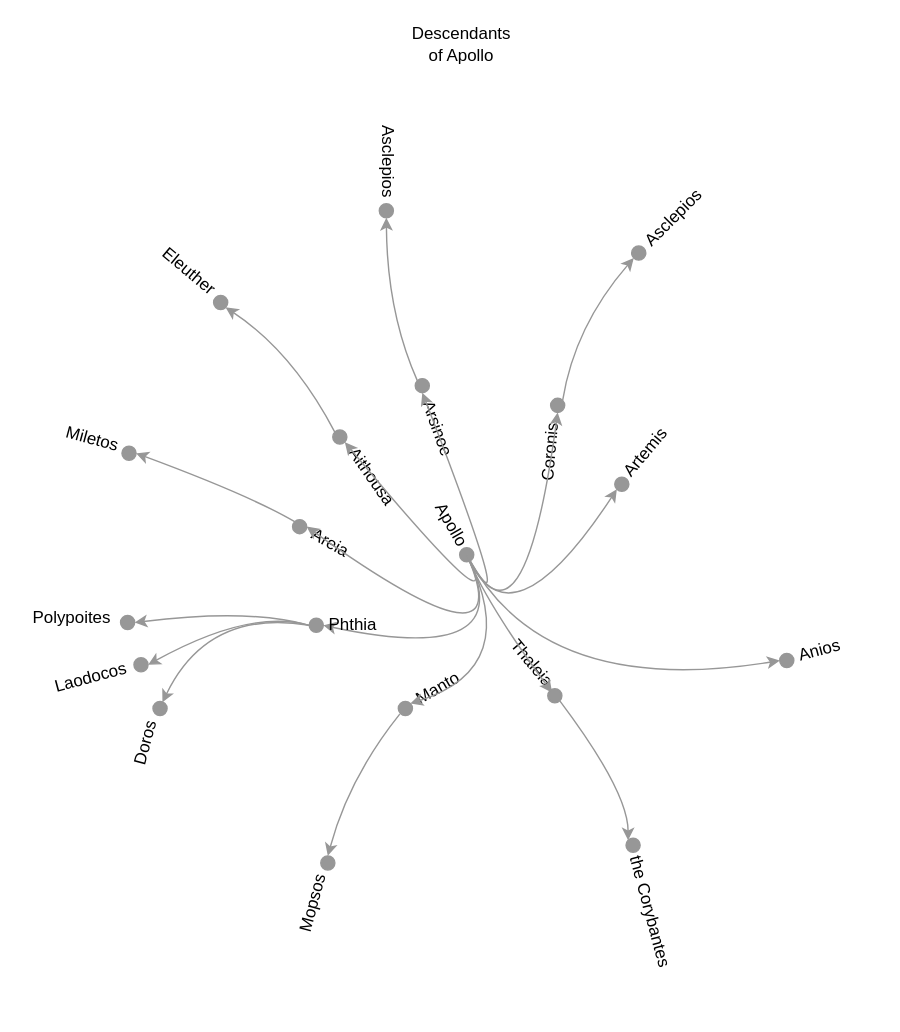
Earlier version of the draw.io diagram page "Radial tidytree" (1 of 2) of img/Tidytree and Dendrograms.drawio (yayalu/greekgraphs-prototypes). Source tidied: cells renumbered, new cells numbered last; positions are measured from the earlier drawing's top-left corner, leaving out a move shared by most shapes. Both pictures are drawn from the tidied source at 141%, with x=0, y=0 at pixel (30, 30).
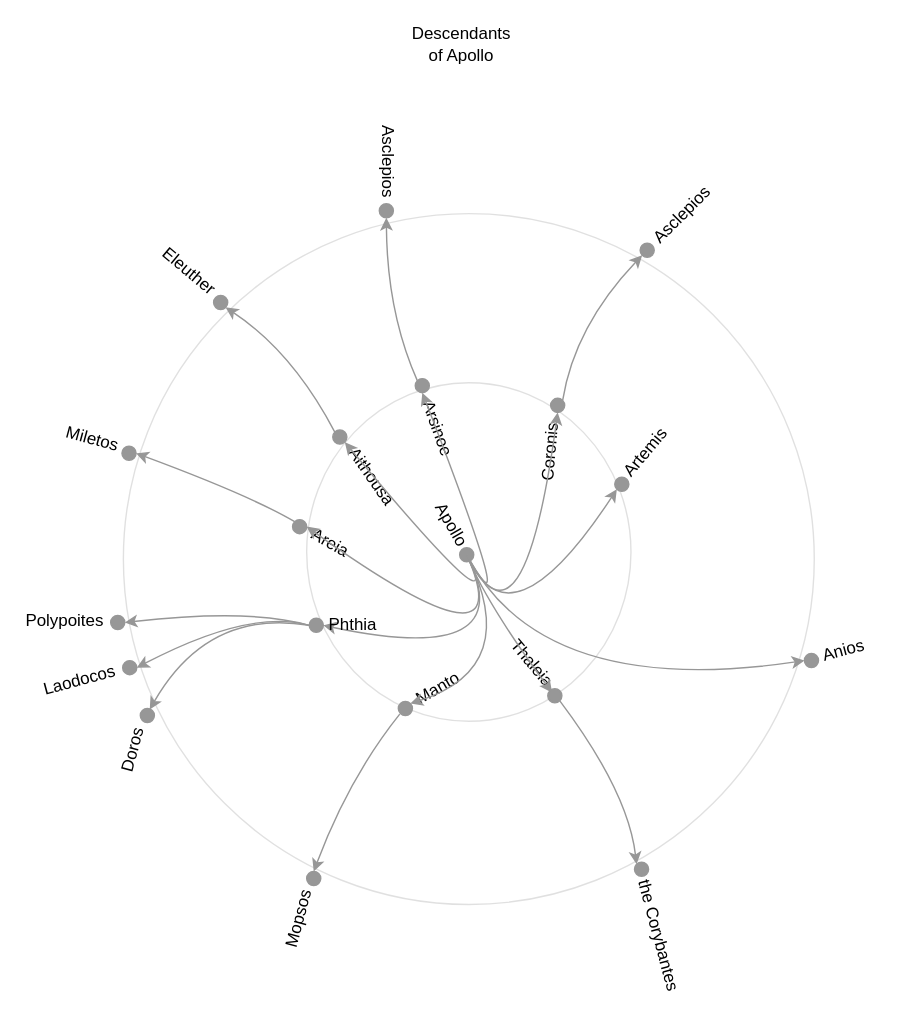
The same page after the edit.

Diff of the diagram source:
```diff
@@
+    <mxCell id="59" style="ellipse;whiteSpace=wrap;html=1;fillColor=none;strokeOpacity=20;fixDash=0;opacity=60;perimeterSpacing=0;" parent="1" vertex="1">
+      <mxGeometry x="196" y="250" width="230" height="240" as="geometry" />
+    </mxCell>
+    <mxCell id="60" style="ellipse;whiteSpace=wrap;html=1;fillColor=none;strokeOpacity=20;fixDash=0;opacity=60;perimeterSpacing=0;" parent="1" vertex="1">
+      <mxGeometry x="66" y="130" width="490" height="490" as="geometry" />
+    </mxCell>
@@
     <mxCell id="3" style="ellipse;whiteSpace=wrap;html=1;fillColor=#979797;strokeColor=#979797;" parent="1" vertex="1">
-      <mxGeometry x="422.5" y="573" width="10" height="10" as="geometry" />
+      <mxGeometry x="428.5" y="590" width="10" height="10" as="geometry" />
     </mxCell>
     <mxCell id="4" value="the Corybantes" style="text;html=1;strokeColor=none;fillColor=none;align=center;verticalAlign=middle;whiteSpace=wrap;rounded=0;rotation=75;" parent="1" vertex="1">
-      <mxGeometry x="390" y="615" width="99.5" height="20" as="geometry" />
+      <mxGeometry x="396" y="632" width="99.5" height="20" as="geometry" />
     </mxCell>
     <mxCell id="5" style="ellipse;whiteSpace=wrap;html=1;fillColor=#979797;strokeColor=#979797;" parent="1" vertex="1">
-      <mxGeometry x="206" y="585.5" width="10" height="10" as="geometry" />
+      <mxGeometry x="196" y="596.5" width="10" height="10" as="geometry" />
     </mxCell>
     <mxCell id="6" value="Mopsos" style="text;html=1;strokeColor=none;fillColor=none;align=left;verticalAlign=middle;whiteSpace=wrap;rounded=0;rotation=-75;" parent="1" vertex="1">
-      <mxGeometry x="158" y="583" width="99.5" height="20" as="geometry" />
+      <mxGeometry x="167.1" y="618.9" width="48" height="20" as="geometry" />
     </mxCell>
     <mxCell id="7" style="ellipse;whiteSpace=wrap;html=1;fillColor=#979797;strokeColor=#979797;" parent="1" vertex="1">
-      <mxGeometry x="87" y="476" width="10" height="10" as="geometry" />
+      <mxGeometry x="78" y="481" width="10" height="10" as="geometry" />
     </mxCell>
     <mxCell id="8" value="Doros" style="text;html=1;strokeColor=none;fillColor=none;align=left;verticalAlign=middle;whiteSpace=wrap;rounded=0;rotation=-75;" parent="1" vertex="1">
-      <mxGeometry x="64.2" y="495.9" width="35.5" height="20" as="geometry" />
+      <mxGeometry x="55.2" y="500.9" width="35.5" height="20" as="geometry" />
     </mxCell>
     <mxCell id="9" style="ellipse;whiteSpace=wrap;html=1;fillColor=#979797;strokeColor=#979797;" parent="1" vertex="1">
-      <mxGeometry x="73.5" y="445" width="10" height="10" as="geometry" />
+      <mxGeometry x="65.5" y="447" width="10" height="10" as="geometry" />
     </mxCell>
     <mxCell id="10" style="ellipse;whiteSpace=wrap;html=1;fillColor=#979797;strokeColor=#979797;" parent="1" vertex="1">
-      <mxGeometry x="64" y="415" width="10" height="10" as="geometry" />
+      <mxGeometry x="57" y="415" width="10" height="10" as="geometry" />
     </mxCell>
@@
     <mxCell id="17" style="ellipse;whiteSpace=wrap;html=1;fillColor=#979797;strokeColor=#979797;" parent="1" vertex="1">
-      <mxGeometry x="426.5" y="153" width="10" height="10" as="geometry" />
+      <mxGeometry x="432.5" y="151" width="10" height="10" as="geometry" />
     </mxCell>
     <mxCell id="18" value="Asclepios" style="text;html=1;strokeColor=none;fillColor=none;align=left;verticalAlign=middle;whiteSpace=wrap;rounded=0;rotation=-45;" parent="1" vertex="1">
-      <mxGeometry x="422.5" y="107" width="99.5" height="20" as="geometry" />
+      <mxGeometry x="428.5" y="105" width="99.5" height="20" as="geometry" />
     </mxCell>
@@
     <mxCell id="43" style="ellipse;whiteSpace=wrap;html=1;fillColor=#979797;strokeColor=#979797;" parent="1" vertex="1">
-      <mxGeometry x="531.5" y="442" width="10" height="10" as="geometry" />
+      <mxGeometry x="549" y="442" width="10" height="10" as="geometry" />
     </mxCell>
     <mxCell id="44" value="Anios" style="text;html=1;strokeColor=none;fillColor=none;align=center;verticalAlign=middle;whiteSpace=wrap;rounded=0;rotation=-15;" parent="1" vertex="1">
-      <mxGeometry x="539.5" y="430" width="40" height="20" as="geometry" />
+      <mxGeometry x="557" y="430" width="40" height="20" as="geometry" />
     </mxCell>
@@
     <mxCell id="55" value="Polypoites" style="text;html=1;strokeColor=none;fillColor=none;align=left;verticalAlign=middle;whiteSpace=wrap;rounded=0;" parent="1" vertex="1">
-      <mxGeometry x="0.2" y="407" width="99.5" height="20" as="geometry" />
+      <mxGeometry x="-4.8" y="409" width="55.8" height="20" as="geometry" />
     </mxCell>
     <mxCell id="56" value="Laodocos" style="text;html=1;strokeColor=none;fillColor=none;align=left;verticalAlign=middle;whiteSpace=wrap;rounded=0;rotation=-15;" parent="1" vertex="1">
-      <mxGeometry x="14.8" y="449" width="56.8" height="20" as="geometry" />
+      <mxGeometry x="6.8" y="451" width="56.8" height="20" as="geometry" />
     </mxCell>
```
